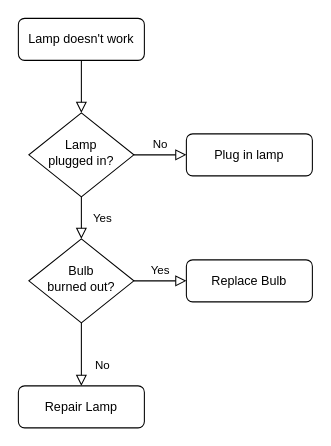
Earlier version of the draw.io diagram design.drawio (pullusdoctus/tareas-ensambla). Source tidied: cells renumbered, new cells numbered last; positions are measured from the earlier drawing's top-left corner, leaving out a move shared by most shapes. Both pictures are drawn from the tidied source at 105%, with x=0, y=0 at pixel (18, 18).
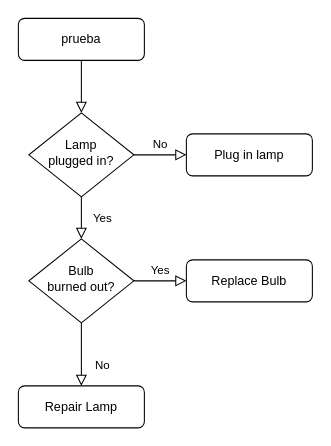
After the change.

Diff of the diagram source:
```diff
@@
 <mxGraphModel>
   <root>
     <mxCell id="0" />
     <mxCell id="1" parent="0" />
     <mxCell id="2" style="rounded=0;html=1;jettySize=auto;fontSize=11;endArrow=block;endFill=0;endSize=8;strokeWidth=1;shadow=0;labelBackgroundColor=none;edgeStyle=orthogonalEdgeStyle;" parent="1" edge="1" source="3" target="6">
       <mxGeometry relative="1" as="geometry" />
     </mxCell>
-    <mxCell id="3" value="Lamp doesn't work" style="rounded=1;whiteSpace=wrap;html=1;fontSize=12;glass=0;strokeWidth=1;shadow=0;" parent="1" vertex="1">
+    <mxCell id="3" value="prueba" style="rounded=1;whiteSpace=wrap;html=1;fontSize=12;glass=0;strokeWidth=1;shadow=0;" parent="1" vertex="1">
       <mxGeometry width="120" height="40" as="geometry" />
     </mxCell>
     <mxCell id="4" value="Yes" style="rounded=0;html=1;jettySize=auto;fontSize=11;endArrow=block;endFill=0;endSize=8;strokeWidth=1;shadow=0;labelBackgroundColor=none;edgeStyle=orthogonalEdgeStyle;" parent="1" edge="1" source="6" target="10">
       <mxGeometry y="20" relative="1" as="geometry" />
     </mxCell>
     <mxCell id="5" value="No" style="edgeStyle=orthogonalEdgeStyle;rounded=0;html=1;jettySize=auto;fontSize=11;endArrow=block;endFill=0;endSize=8;strokeWidth=1;shadow=0;labelBackgroundColor=none;" parent="1" edge="1" source="6" target="7">
       <mxGeometry y="10" relative="1" as="geometry" />
     </mxCell>
     <mxCell id="6" value="Lamp&lt;br&gt;plugged in?" style="rhombus;whiteSpace=wrap;html=1;shadow=0;fontFamily=Helvetica;fontSize=12;align=center;strokeWidth=1;spacing=6;spacingTop=-4;" parent="1" vertex="1">
       <mxGeometry x="10" y="90" width="100" height="80" as="geometry" />
     </mxCell>
     <mxCell id="7" value="Plug in lamp" style="rounded=1;whiteSpace=wrap;html=1;fontSize=12;glass=0;strokeWidth=1;shadow=0;" parent="1" vertex="1">
       <mxGeometry x="160" y="110" width="120" height="40" as="geometry" />
     </mxCell>
     <mxCell id="8" value="No" style="rounded=0;html=1;jettySize=auto;fontSize=11;endArrow=block;endFill=0;endSize=8;strokeWidth=1;shadow=0;labelBackgroundColor=none;edgeStyle=orthogonalEdgeStyle;" parent="1" edge="1" source="10" target="11">
       <mxGeometry x="0.33" y="20" relative="1" as="geometry" />
     </mxCell>
     <mxCell id="9" value="Yes" style="edgeStyle=orthogonalEdgeStyle;rounded=0;html=1;jettySize=auto;fontSize=11;endArrow=block;endFill=0;endSize=8;strokeWidth=1;shadow=0;labelBackgroundColor=none;" parent="1" edge="1" source="10" target="12">
       <mxGeometry y="10" relative="1" as="geometry" />
     </mxCell>
     <mxCell id="10" value="Bulb&lt;br&gt;burned out?" style="rhombus;whiteSpace=wrap;html=1;shadow=0;fontFamily=Helvetica;fontSize=12;align=center;strokeWidth=1;spacing=6;spacingTop=-4;" parent="1" vertex="1">
       <mxGeometry x="10" y="210" width="100" height="80" as="geometry" />
     </mxCell>
     <mxCell id="11" value="Repair Lamp" style="rounded=1;whiteSpace=wrap;html=1;fontSize=12;glass=0;strokeWidth=1;shadow=0;" parent="1" vertex="1">
       <mxGeometry y="350" width="120" height="40" as="geometry" />
     </mxCell>
     <mxCell id="12" value="Replace Bulb" style="rounded=1;whiteSpace=wrap;html=1;fontSize=12;glass=0;strokeWidth=1;shadow=0;" parent="1" vertex="1">
       <mxGeometry x="160" y="230" width="120" height="40" as="geometry" />
     </mxCell>
   </root>
 </mxGraphModel>
```
